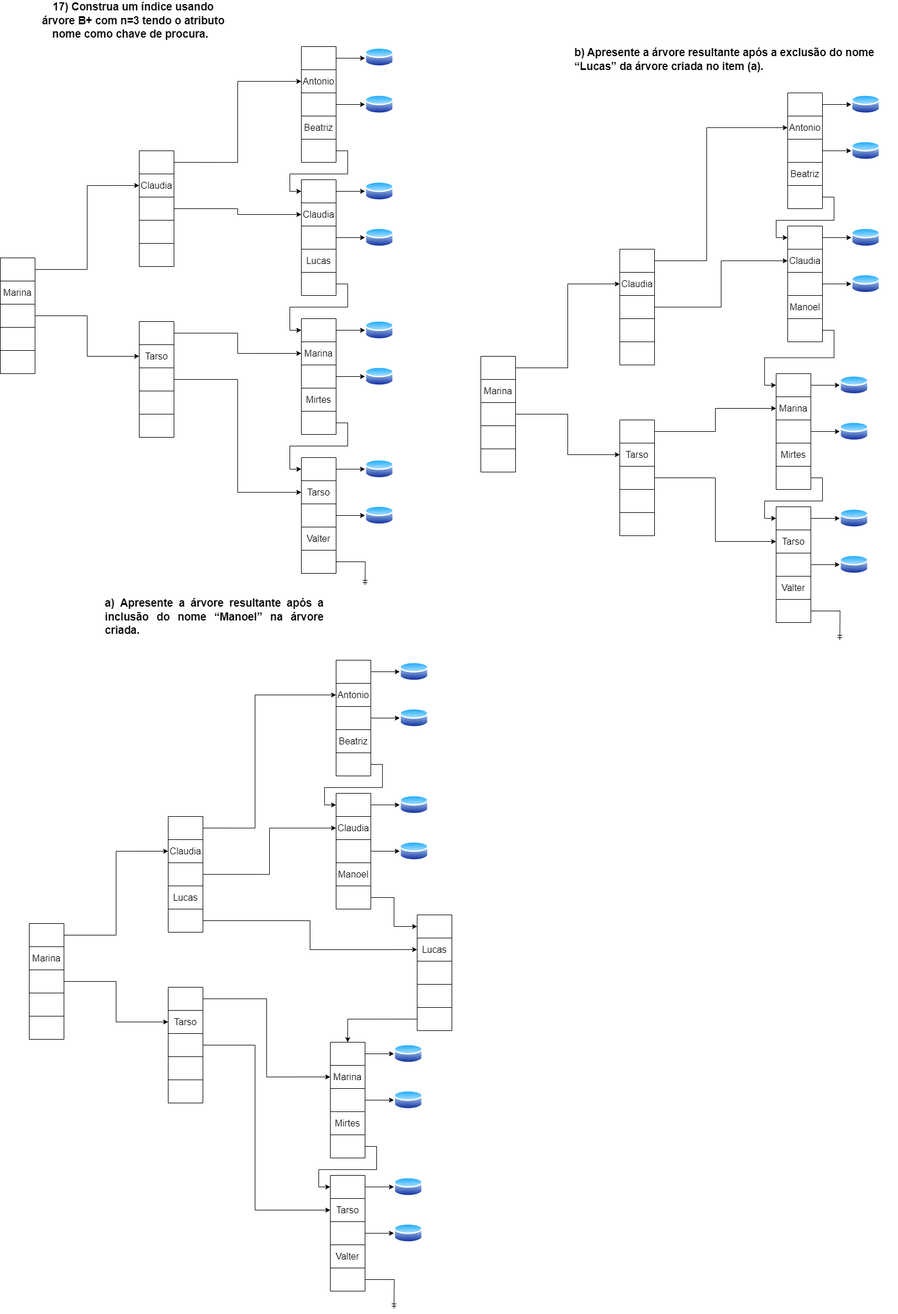
VitorFonseca123/exerc_indice_BD keeps this draw.io diagram as Arvore B+.drawio.png. Above is the earlier version. Source tidied: cells renumbered, new cells last; positions are measured from the earlier drawing's top-left corner, leaving out a move shared by most shapes.
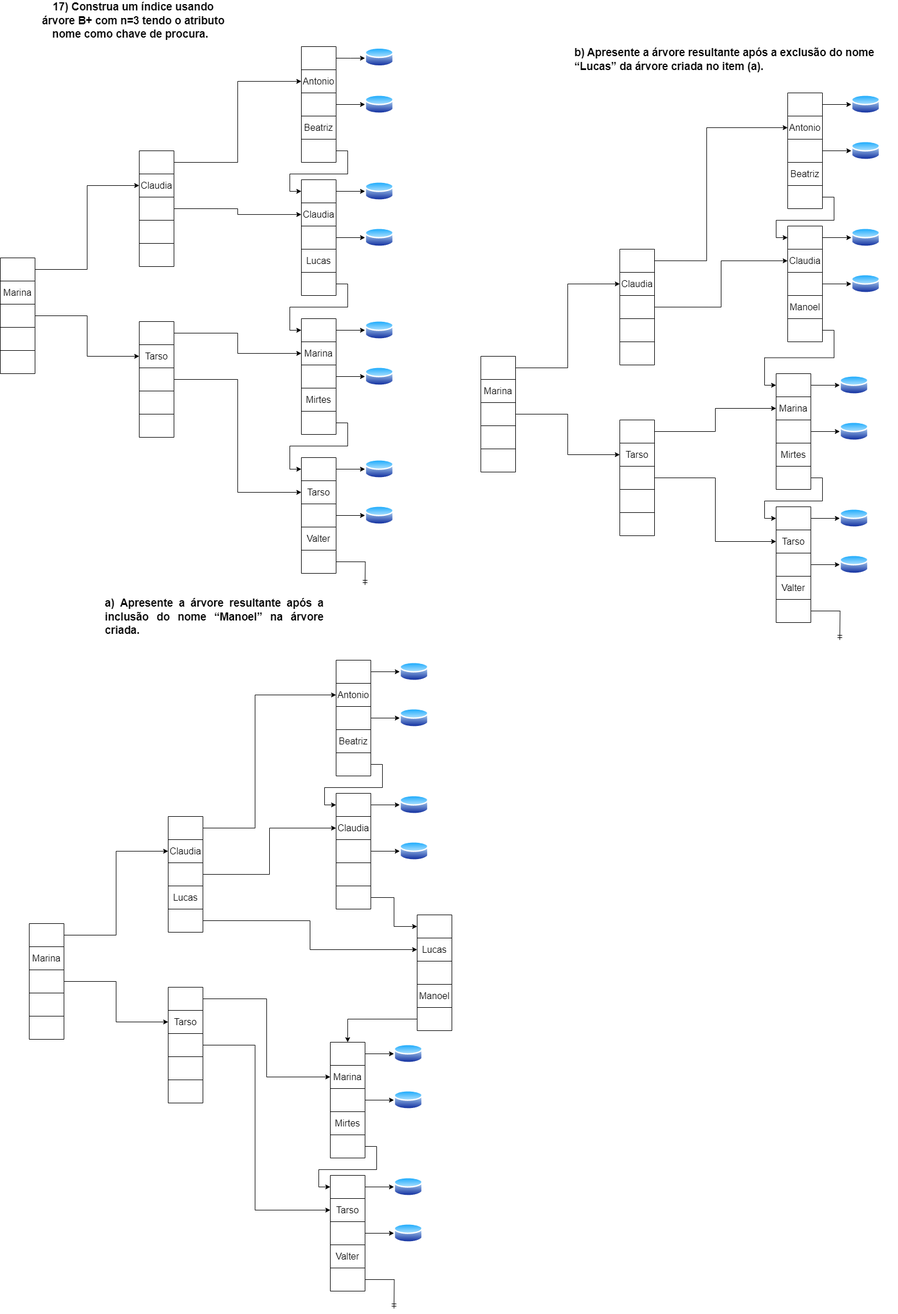
Later version of the same file.

What changed in the source:
```diff
@@ -399,7 +399,7 @@
     <mxCell id="132" style="shape=tableRow;horizontal=0;startSize=0;swimlaneHead=0;swimlaneBody=0;strokeColor=inherit;top=0;left=0;bottom=0;right=0;fillColor=none;fontSize=16;" parent="125" vertex="1">
       <mxGeometry y="120" width="60" height="40" as="geometry" />
     </mxCell>
-    <mxCell id="133" value="Manoel" style="shape=partialRectangle;html=1;whiteSpace=wrap;strokeColor=inherit;overflow=hidden;fillColor=none;top=0;left=0;bottom=0;right=0;fontSize=16;" parent="132" vertex="1">
+    <mxCell id="133" style="shape=partialRectangle;html=1;whiteSpace=wrap;strokeColor=inherit;overflow=hidden;fillColor=none;top=0;left=0;bottom=0;right=0;fontSize=16;" parent="132" vertex="1">
       <mxGeometry width="60" height="40" as="geometry" />
     </mxCell>
     <mxCell id="134" style="shape=tableRow;horizontal=0;startSize=0;swimlaneHead=0;swimlaneBody=0;strokeColor=inherit;top=0;left=0;bottom=0;right=0;fillColor=none;points=[[0,0.5],[1,0.5]];portConstraint=eastwest;fontSize=16;" parent="125" vertex="1">
@@ -675,7 +675,7 @@
     <mxCell id="220" style="shape=tableRow;horizontal=0;startSize=0;swimlaneHead=0;swimlaneBody=0;strokeColor=inherit;top=0;left=0;bottom=0;right=0;fillColor=none;fontSize=16;" parent="213" vertex="1">
       <mxGeometry y="120" width="60" height="40" as="geometry" />
     </mxCell>
-    <mxCell id="221" style="shape=partialRectangle;html=1;whiteSpace=wrap;strokeColor=inherit;overflow=hidden;fillColor=none;top=0;left=0;bottom=0;right=0;fontSize=16;" parent="220" vertex="1">
+    <mxCell id="221" value="Manoel" style="shape=partialRectangle;html=1;whiteSpace=wrap;strokeColor=inherit;overflow=hidden;fillColor=none;top=0;left=0;bottom=0;right=0;fontSize=16;" parent="220" vertex="1">
       <mxGeometry width="60" height="40" as="geometry" />
     </mxCell>
     <mxCell id="222" style="shape=tableRow;horizontal=0;startSize=0;swimlaneHead=0;swimlaneBody=0;strokeColor=inherit;top=0;left=0;bottom=0;right=0;fillColor=none;points=[[0,0.5],[1,0.5]];portConstraint=eastwest;fontSize=16;" parent="213" vertex="1">
```
